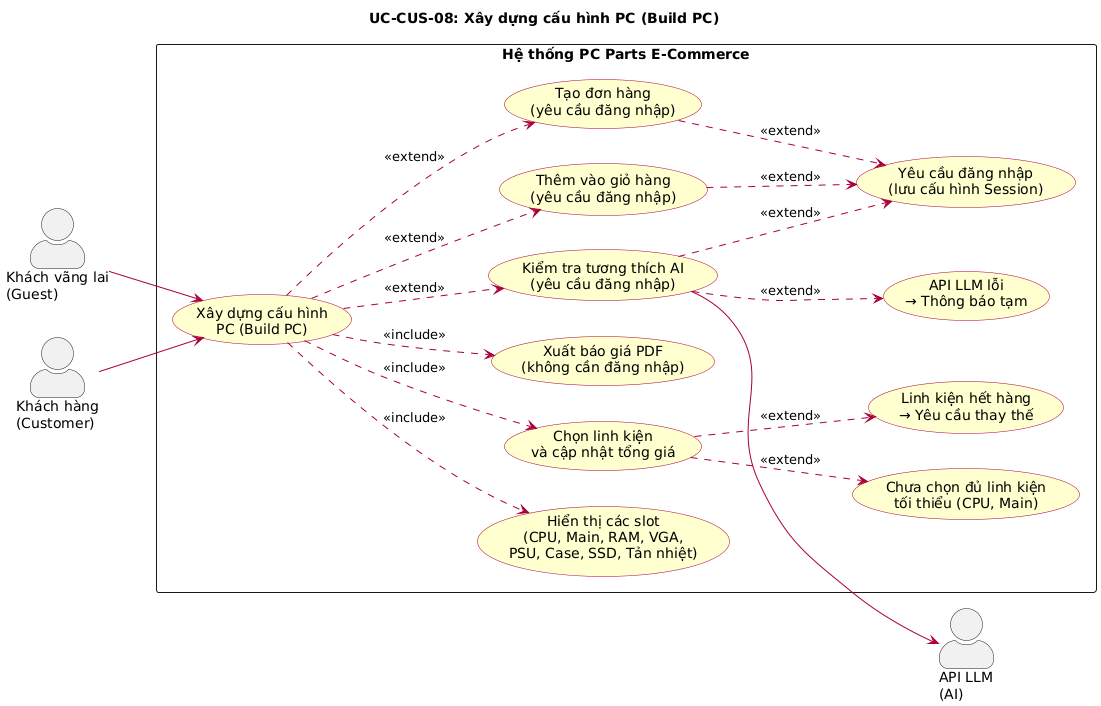
Before: docs/diagrams/images/uc_CUS08_build_pc.png, a diagram exported from PlantUML (huuhieu56/PC-Parts-ECommerce).
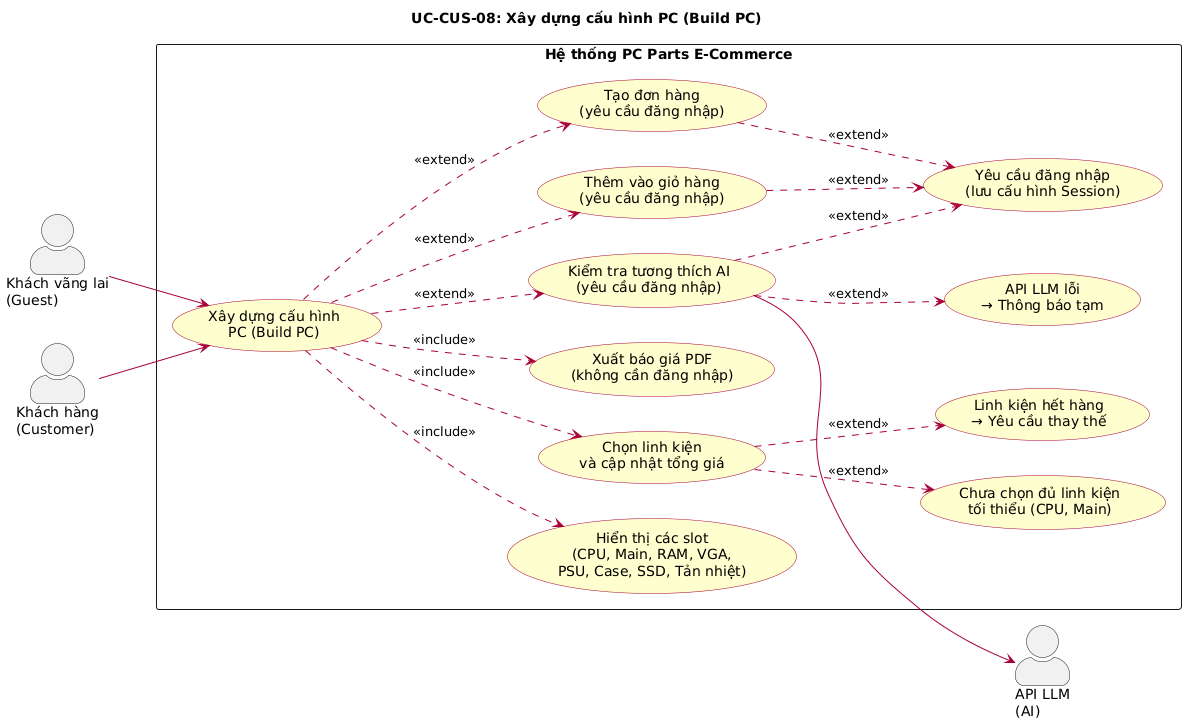
After the commit.

Change to the diagram source:
```diff
@@ -1,4 +1,4 @@
-@startuml
+@startuml uc_CUS08_build_pc
 left to right direction
 skinparam actorStyle awesome
 skinparam packageStyle rectangle
@@ -44,4 +44,5 @@
 UC_SELECT ..> UC_ERR_MIN : <<extend>>
 UC_AI ..> UC_ERR_LLM : <<extend>>
 UC_SELECT ..> UC_ERR_STOCK : <<extend>>
+
 @enduml
```
